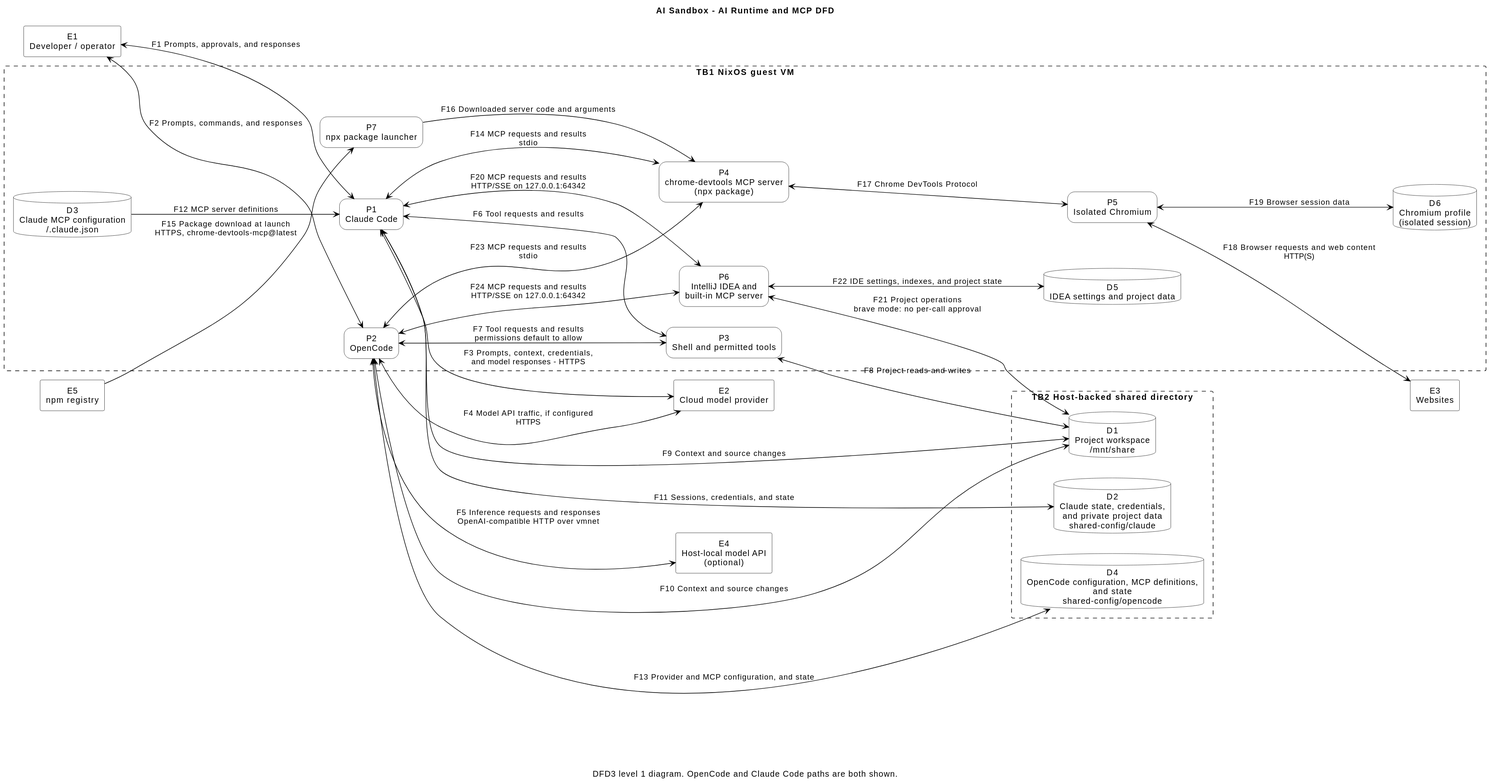
Before: docs/diagrams/generated/ai-runtime-mcp.svg, a diagram exported from PlantUML (AleksiAhtiainen/ai-sandbox).
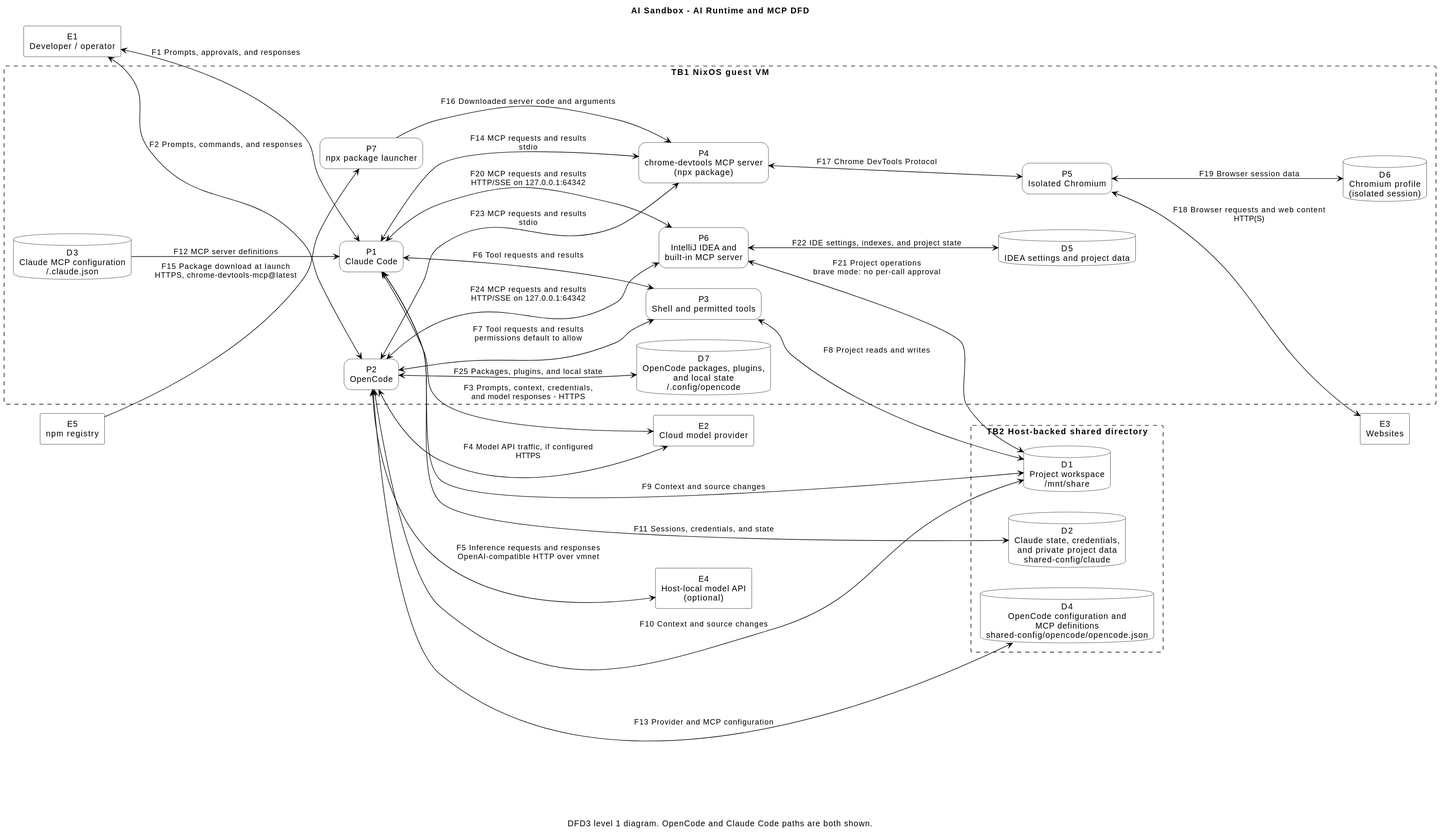
The same diagram one commit later.

Diff of the diagram source:
```diff
@@ -43,12 +43,13 @@
   database "D3\nClaude MCP configuration\n~/.claude.json" as D3
   database "D5\nIDEA settings and project data" as D5
   database "D6\nChromium profile\n(isolated session)" as D6
+  database "D7\nOpenCode packages, plugins,\nand local state\n~/.config/opencode" as D7
 }
 
 rectangle "TB2  Host-backed shared directory" as TB2 <<trust-boundary>> {
   database "D1\nProject workspace\n/mnt/share" as D1
   database "D2\nClaude state, credentials,\nand private project data\nshared-config/claude" as D2
-  database "D4\nOpenCode configuration, MCP definitions,\nand state\nshared-config/opencode" as D4
+  database "D4\nOpenCode configuration and\nMCP definitions\nshared-config/opencode/opencode.json" as D4
 }
 
 E1 <--> P1 : F1  Prompts, approvals, and responses
@@ -66,7 +67,8 @@
 
 P1 <--> D2 : F11  Sessions, credentials, and state
 D3 --> P1 : F12  MCP server definitions
-P2 <--> D4 : F13  Provider and MCP configuration, and state
+P2 <--> D4 : F13  Provider and MCP configuration
+P2 <--> D7 : F25  Packages, plugins, and local state
 
 P1 <--> P4 : F14  MCP requests and results\nstdio
 E5 --> P7 : F15  Package download at launch\nHTTPS, chrome-devtools-mcp@latest
```
